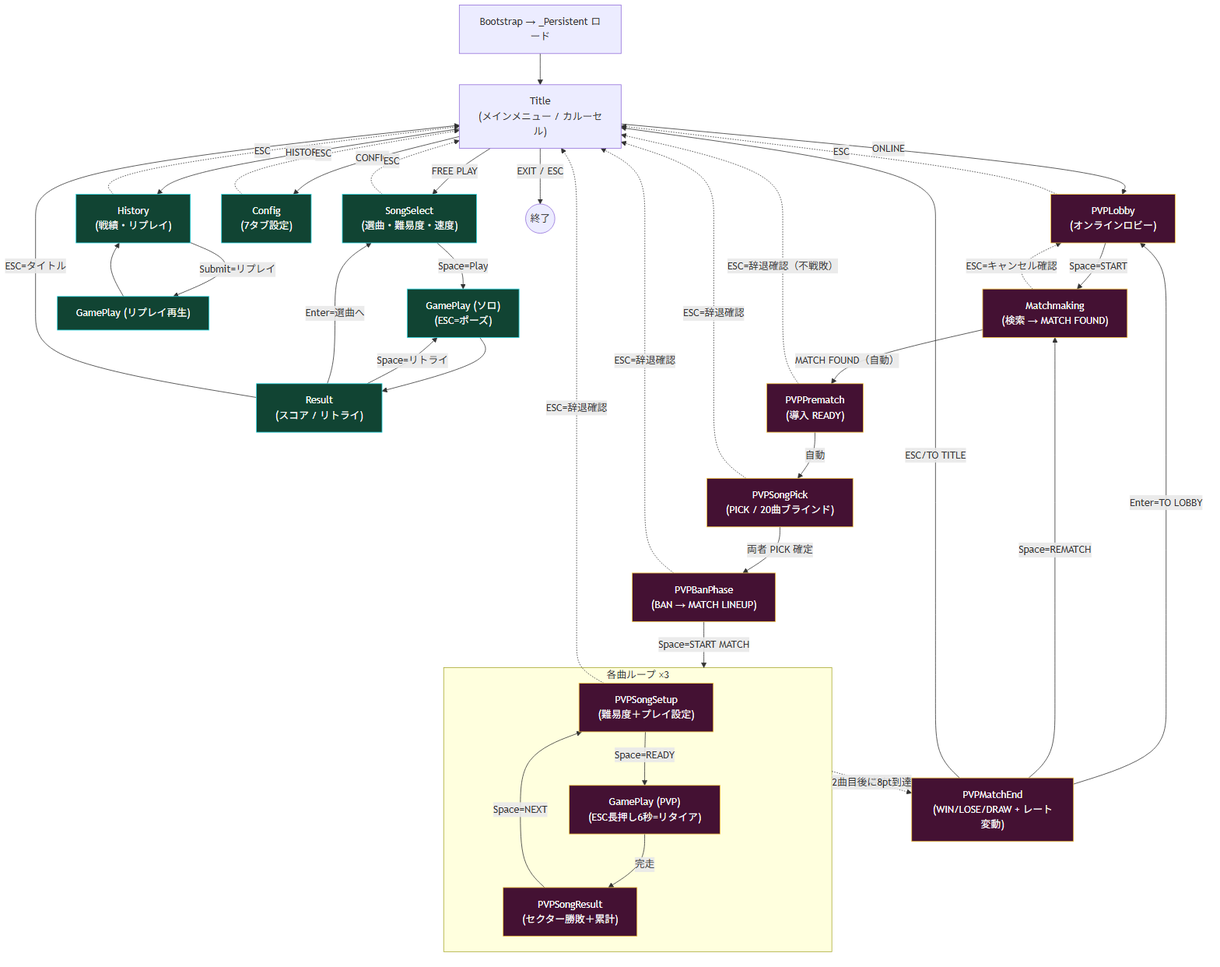
The Mermaid diagram docs/pvp/screen_flow.png in Castella0107/unity1, before a commit. Its source is kept beside it as docs/pvp/screen_flow.mmd. Its diagram source:
```mermaid
flowchart TD
    Boot["Bootstrap → _Persistent ロード"]
    Title["Title<br/>(メインメニュー / カルーセル)"]

    SongSel["SongSelect<br/>(選曲・難易度・速度)"]
    PlayS["GamePlay (ソロ)<br/>(ESC=ポーズ)"]
    Result["Result<br/>(スコア / リトライ)"]
    Hist["History<br/>(戦績・リプレイ)"]
    Conf["Config<br/>(7タブ設定)"]
    Replay["GamePlay (リプレイ再生)"]

    Lobby["PVPLobby<br/>(オンラインロビー)"]
    MM["Matchmaking<br/>(検索 → MATCH FOUND)"]
    Pre["PVPPrematch<br/>(導入 READY)"]
    Pick["PVPSongPick<br/>(PICK / 20曲ブラインド)"]
    Ban["PVPBanPhase<br/>(BAN → MATCH LINEUP)"]

    subgraph Loop["各曲ループ ×3"]
        direction TB
        Setup["PVPSongSetup<br/>(難易度＋プレイ設定)"]
        PlayP["GamePlay (PVP)<br/>(ESC長押し6秒=リタイア)"]
        SongRes["PVPSongResult<br/>(セクター勝敗＋累計)"]
        Setup -->|Space=READY| PlayP -->|完走| SongRes
        SongRes -->|Space=NEXT| Setup
    end

    End["PVPMatchEnd<br/>(WIN/LOSE/DRAW + レート変動)"]

    Boot --> Title

    Title -->|FREE PLAY| SongSel
    Title -->|ONLINE| Lobby
    Title -->|CONFIG| Conf
    Title -->|HISTORY| Hist
    Title -->|EXIT / ESC| Exit(("終了"))

    SongSel -->|Space=Play| PlayS --> Result
    Result -->|Space=リトライ| PlayS
    Result -->|Enter=選曲へ| SongSel
    Result -->|ESC=タイトル| Title
    SongSel -.->|ESC| Title

    Hist -->|Submit=リプレイ| Replay --> Hist
    Hist -.->|ESC| Title
    Conf -.->|ESC| Title

    Lobby -->|Space=START| MM
    MM -->|MATCH FOUND（自動）| Pre
    Pre -->|自動| Pick
    Pick -->|両者 PICK 確定| Ban
    Ban -->|Space=START MATCH| Loop
    Loop -->|3曲完走| End
    Loop -. "2曲目後に8pt到達" .-> End

    Lobby -.->|ESC| Title
    MM -.->|ESC=キャンセル確認| Lobby
    Pre -.->|ESC=辞退確認（不戦敗）| Title
    Pick -.->|ESC=辞退確認| Title
    Ban -.->|ESC=辞退確認| Title
    Setup -.->|ESC=辞退確認| Title

    End -->|Enter=TO LOBBY| Lobby
    End -->|Space=REMATCH| MM
    End -->|ESC/TO TITLE| Title

    classDef solo fill:#143,stroke:#2BD9E6,color:#fff;
    classDef pvp  fill:#413,stroke:#F7C740,color:#fff;
    class SongSel,PlayS,Result,Hist,Conf,Replay solo;
    class Lobby,MM,Pre,Pick,Ban,Setup,PlayP,SongRes,End pvp;
```
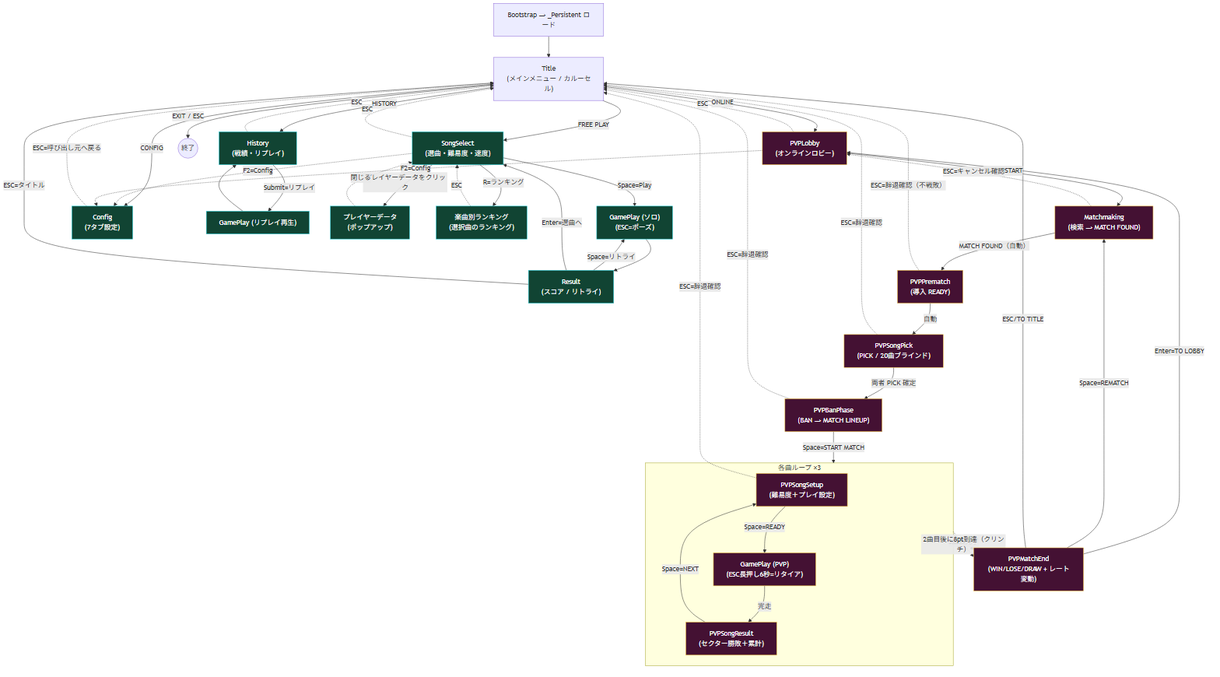
Above is the later version.

What changed in the source:
```diff
@@ -8,6 +8,8 @@
     Hist["History<br/>(戦績・リプレイ)"]
     Conf["Config<br/>(7タブ設定)"]
     Replay["GamePlay (リプレイ再生)"]
+    PData["プレイヤーデータ<br/>(ポップアップ)"]
+    Rank["楽曲別ランキング<br/>(選択曲のランキング)"]
 
     Lobby["PVPLobby<br/>(オンラインロビー)"]
     MM["Matchmaking<br/>(検索 → MATCH FOUND)"]
@@ -40,17 +42,24 @@
     Result -->|ESC=タイトル| Title
     SongSel -.->|ESC| Title
 
+    SongSel -->|プレイヤーデータをクリック| PData
+    PData -.->|閉じる| SongSel
+    SongSel -->|R=ランキング| Rank
+    Rank -.->|ESC| SongSel
+
     Hist -->|Submit=リプレイ| Replay --> Hist
     Hist -.->|ESC| Title
-    Conf -.->|ESC| Title
+    SongSel -.->|F2=Config| Conf
+    Lobby -.->|F2=Config| Conf
+    Conf -.->|ESC=呼び出し元へ戻る| Title
 
     Lobby -->|Space=START| MM
     MM -->|MATCH FOUND（自動）| Pre
     Pre -->|自動| Pick
     Pick -->|両者 PICK 確定| Ban
     Ban -->|Space=START MATCH| Loop
-    Loop -->|3曲完走| End
-    Loop -. "2曲目後に8pt到達" .-> End
+    Loop -->|3曲目完了| End
+    Loop -. "2曲目後に8pt到達（クリンチ）" .-> End
 
     Lobby -.->|ESC| Title
     MM -.->|ESC=キャンセル確認| Lobby
@@ -65,5 +74,5 @@
 
     classDef solo fill:#143,stroke:#2BD9E6,color:#fff;
     classDef pvp  fill:#413,stroke:#F7C740,color:#fff;
-    class SongSel,PlayS,Result,Hist,Conf,Replay solo;
+    class SongSel,PlayS,Result,Hist,Conf,Replay,PData,Rank solo;
     class Lobby,MM,Pre,Pick,Ban,Setup,PlayP,SongRes,End pvp;
```
